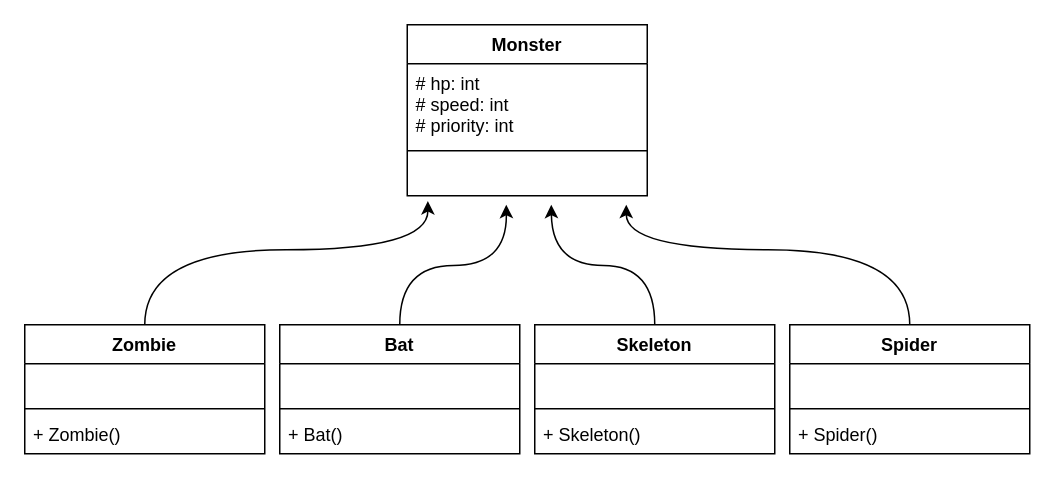
This is page "Monster" (2 of 3) of Untitled Diagram.drawio from floxxui/Slutprojekt_Prog2, a draw.io file, before an edit. Source tidied: cells renumbered, new cells numbered last; positions are measured from the earlier drawing's top-left corner, leaving out a move shared by most shapes. Both pictures are drawn from the tidied source at 150%, with x=0, y=0 at pixel (24, 24).
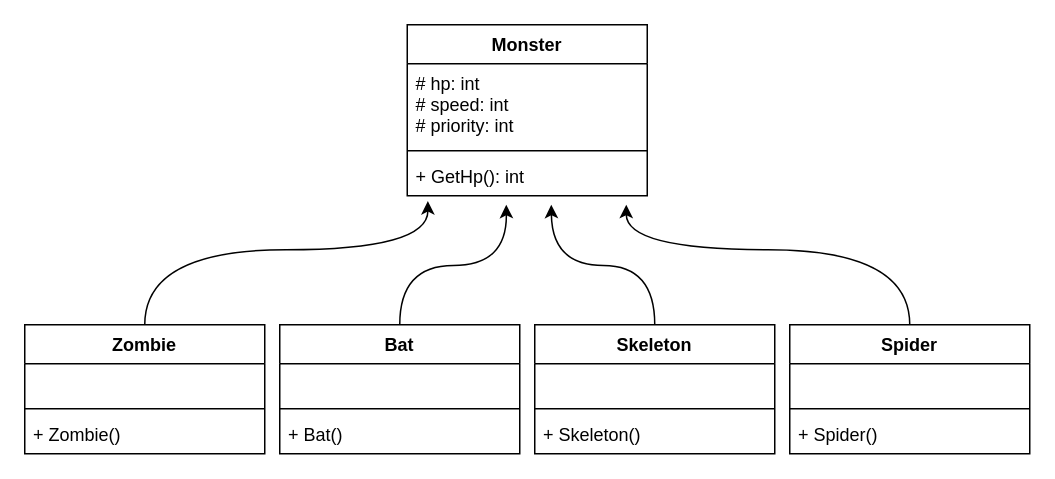
The same page after the edit.

The change refers to these unchanged cells:
```xml
<mxCell id="2" value="Monster&#10;" style="swimlane;fontStyle=1;align=center;verticalAlign=top;horizontal=1;startSize=26;" parent="1" vertex="1">
  <mxGeometry x="255" width="160" height="114" as="geometry" />
</mxCell>
```

The edit, as a diff of the source:
```diff
@@
-    <mxCell id="5" value=" " style="text;strokeColor=none;fillColor=none;align=left;verticalAlign=top;spacingLeft=4;spacingRight=4;overflow=hidden;points=[[0,0.5],[1,0.5]];portConstraint=eastwest;" parent="2" vertex="1">
+    <mxCell id="5" value="+ GetHp(): int" style="text;strokeColor=none;fillColor=none;align=left;verticalAlign=top;spacingLeft=4;spacingRight=4;overflow=hidden;points=[[0,0.5],[1,0.5]];portConstraint=eastwest;" parent="2" vertex="1">
       <mxGeometry y="88" width="160" height="26" as="geometry" />
     </mxCell>
```
